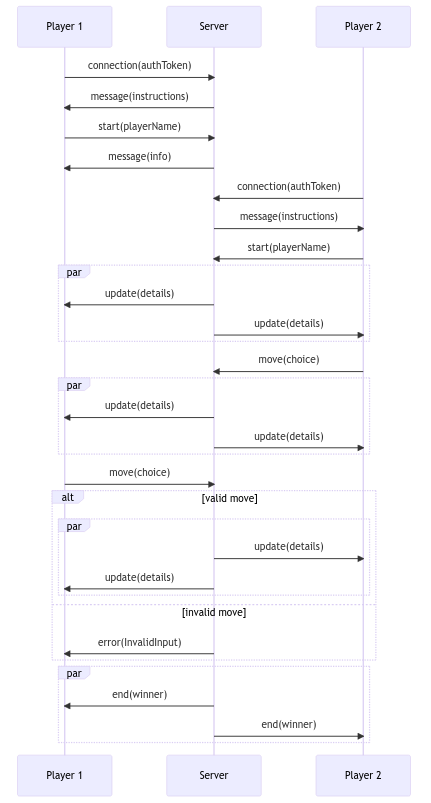
The Mermaid diagram diagrams/sequence.png in delaguilaluis/game-of-three, before a commit. Its source is kept beside it as diagrams/sequence.mermaid.
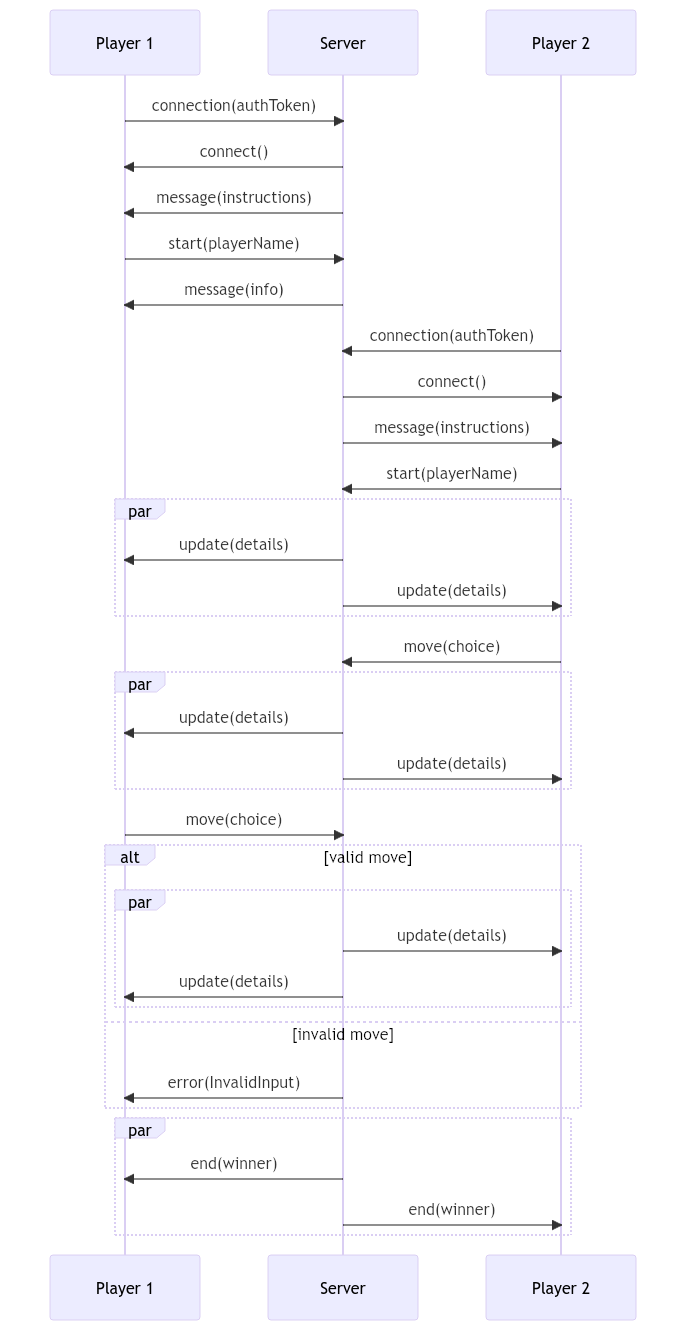
After the commit.

Commit message:
Reflect `connect` event in sequence diagram

Diff of the diagram source:
```diff
@@ -1,10 +1,12 @@
 sequenceDiagram
     Player 1->>Server: connection(authToken)
+    Server->>Player 1: connect()
     Server->>Player 1: message(instructions)
     Player 1->>Server: start(playerName)
     Server->>Player 1: message(info)
 
     Player 2->>Server: connection(authToken)
+    Server->>Player 2: connect()
     Server->>Player 2: message(instructions)
     Player 2->>Server: start(playerName)
     par
```
